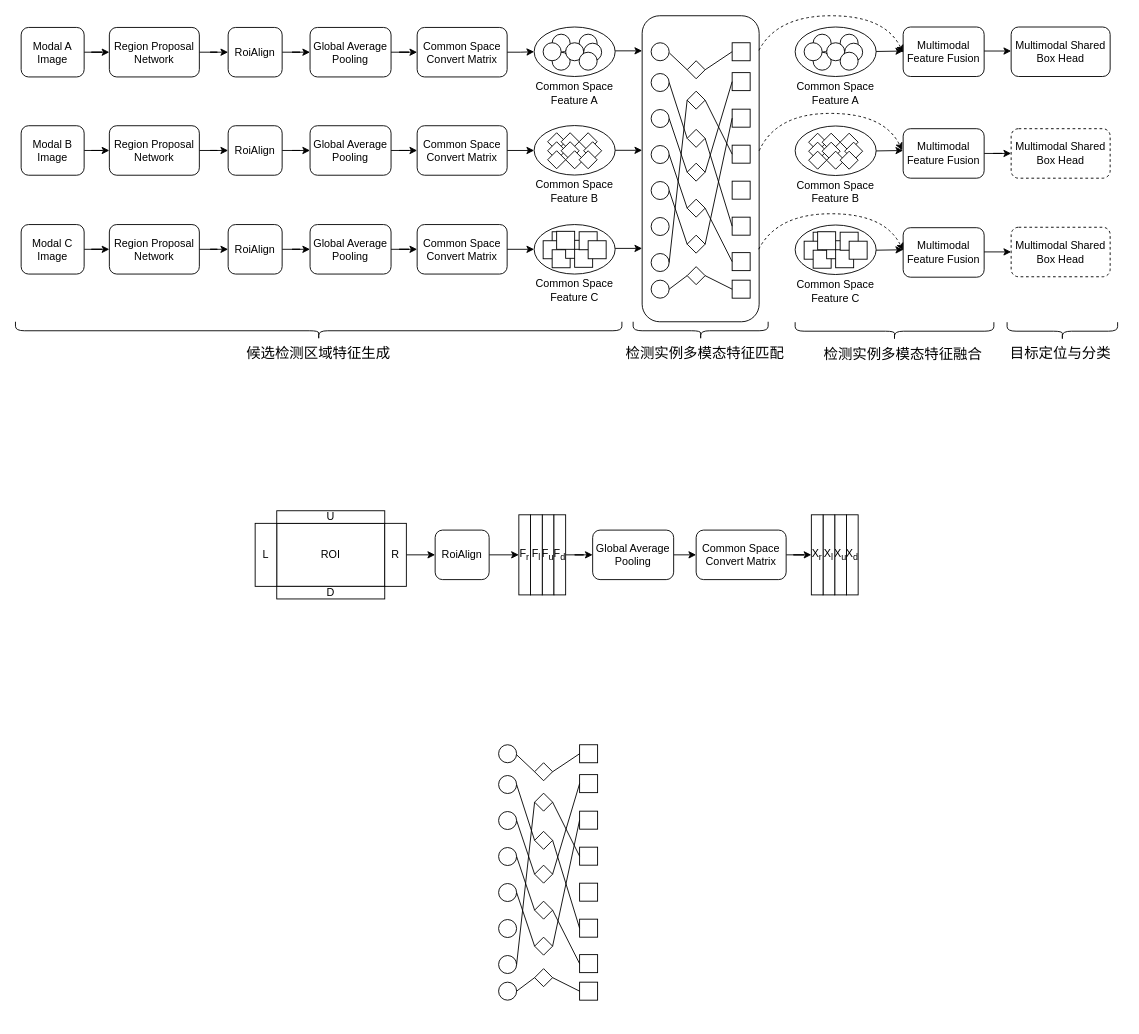
thb1314/for_draw_io keeps this draw.io diagram as 多视角多模态目标检测3模态案例.drawio. Above is the earlier version. Source tidied: cells renumbered, new cells numbered last; positions are measured from the earlier drawing's top-left corner, leaving out a move shared by most shapes. Both pictures are drawn from the tidied source at 90%, with x=0, y=0 at pixel (21, 15).
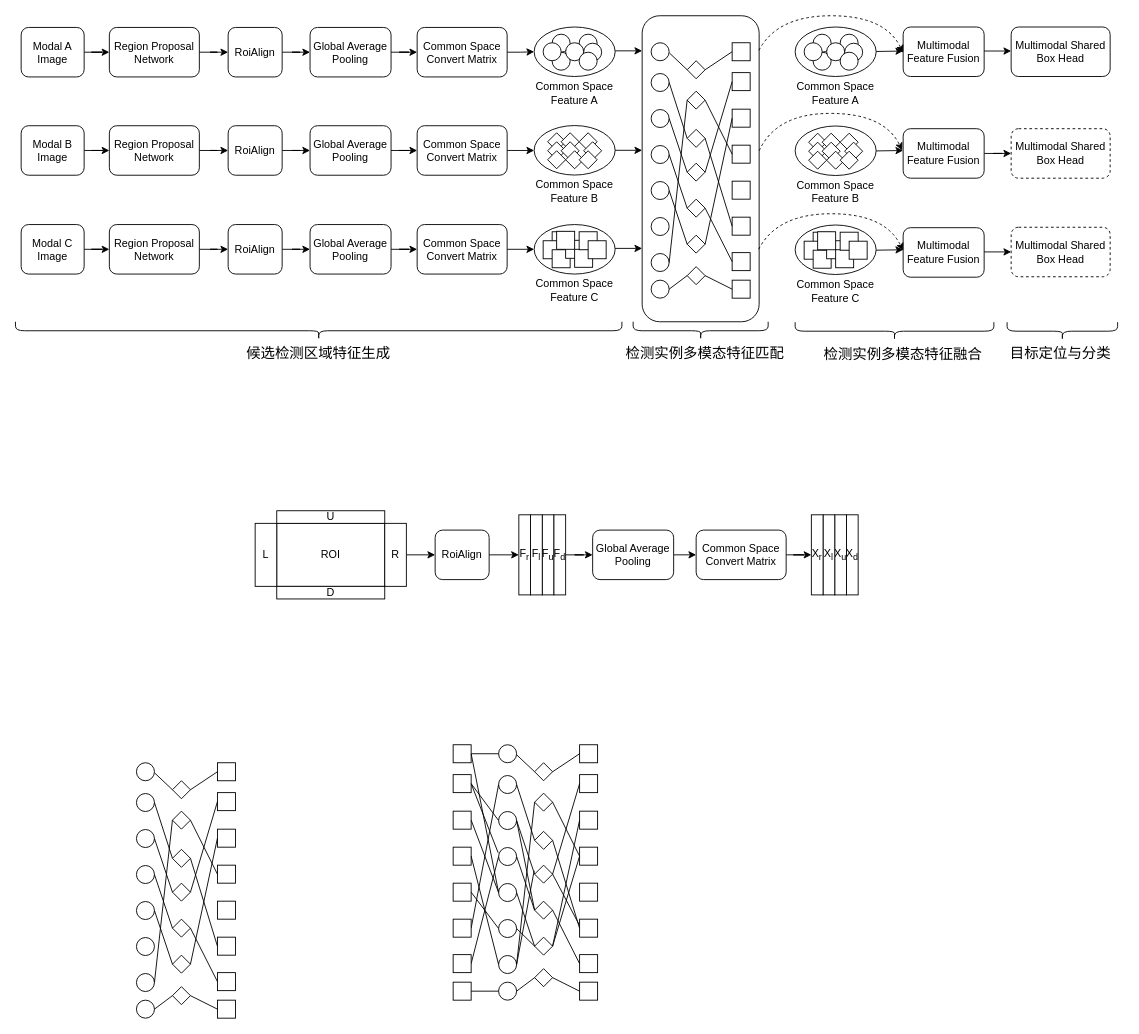
The same diagram, later.

Commit message (it also covers changes not shown here):
更新多视角多模态目标检测3模态案例.drawio

The change refers to these unchanged cells:
```xml
<mxCell id="177" style="ellipse;whiteSpace=wrap;html=1;" parent="1" vertex="1">
  <mxGeometry x="530.5" y="844.2" width="20" height="20" as="geometry" />
</mxCell>
<mxCell id="178" style="ellipse;whiteSpace=wrap;html=1;" parent="1" vertex="1">
  <mxGeometry x="530.5" y="884.2" width="20" height="20" as="geometry" />
</mxCell>
<mxCell id="179" style="ellipse;whiteSpace=wrap;html=1;" parent="1" vertex="1">
  <mxGeometry x="530.5" y="924.2" width="20" height="20" as="geometry" />
</mxCell>
<mxCell id="180" style="ellipse;whiteSpace=wrap;html=1;" parent="1" vertex="1">
  <mxGeometry x="530.5" y="964.2" width="20" height="20" as="geometry" />
</mxCell>
<mxCell id="181" style="ellipse;whiteSpace=wrap;html=1;" parent="1" vertex="1">
  <mxGeometry x="530.5" y="1004.2" width="20" height="20" as="geometry" />
</mxCell>
<mxCell id="182" style="ellipse;whiteSpace=wrap;html=1;" parent="1" vertex="1">
  <mxGeometry x="530.5" y="1044.2" width="20" height="20" as="geometry" />
</mxCell>
<mxCell id="185" style="rhombus;whiteSpace=wrap;html=1;" parent="1" vertex="1">
  <mxGeometry x="570.5" y="943.8" width="20" height="20" as="geometry" />
</mxCell>
<mxCell id="186" style="rhombus;whiteSpace=wrap;html=1;" parent="1" vertex="1">
  <mxGeometry x="570.5" y="983.8" width="20" height="20" as="geometry" />
</mxCell>
<mxCell id="187" style="rhombus;whiteSpace=wrap;html=1;" parent="1" vertex="1">
  <mxGeometry x="570.5" y="1023.8" width="20" height="20" as="geometry" />
</mxCell>
<mxCell id="190" style="whiteSpace=wrap;html=1;" parent="1" vertex="1">
  <mxGeometry x="620.5" y="923.8" width="20" height="20" as="geometry" />
</mxCell>
<mxCell id="208" style="ellipse;whiteSpace=wrap;html=1;" parent="1" vertex="1">
  <mxGeometry x="530.5" y="1073.8" width="20" height="20" as="geometry" />
</mxCell>
```

The edit, as a diff of the source:
```diff
@@
+    <mxCell id="214" style="endArrow=none;html=1;rounded=0;entryX=1;entryY=0.5;entryDx=0;entryDy=0;" parent="1" edge="1" target="185">
+      <mxGeometry relative="1" as="geometry">
+        <mxPoint x="620" y="1010" as="sourcePoint" />
+      </mxGeometry>
+    </mxCell>
+    <mxCell id="215" style="endArrow=none;html=1;rounded=0;entryX=1;entryY=0.5;entryDx=0;entryDy=0;exitX=0;exitY=0.5;exitDx=0;exitDy=0;" parent="1" edge="1" source="186" target="178">
+      <mxGeometry relative="1" as="geometry" />
+    </mxCell>
+    <mxCell id="216" style="endArrow=none;html=1;rounded=0;entryX=1;entryY=0.5;entryDx=0;entryDy=0;exitX=0;exitY=0.5;exitDx=0;exitDy=0;" parent="1" edge="1" source="190" target="187">
+      <mxGeometry relative="1" as="geometry" />
+    </mxCell>
+    <mxCell id="217" style="endArrow=none;html=1;rounded=0;entryX=1;entryY=0.5;entryDx=0;entryDy=0;exitX=0;exitY=0.5;exitDx=0;exitDy=0;" parent="1" edge="1" source="187" target="181">
+      <mxGeometry relative="1" as="geometry" />
+    </mxCell>
+    <mxCell id="218" style="endArrow=none;html=1;rounded=0;entryX=1;entryY=0.5;entryDx=0;entryDy=0;" parent="1" edge="1" target="182">
+      <mxGeometry relative="1" as="geometry">
+        <mxPoint x="570" y="950" as="sourcePoint" />
+      </mxGeometry>
+    </mxCell>
+    <mxCell id="219" style="endArrow=none;html=1;rounded=0;exitX=1;exitY=0.5;exitDx=0;exitDy=0;" parent="1" edge="1" source="229">
+      <mxGeometry relative="1" as="geometry">
+        <mxPoint x="530.5" y="820" as="targetPoint" />
+      </mxGeometry>
+    </mxCell>
+    <mxCell id="220" style="endArrow=none;html=1;rounded=0;exitX=1;exitY=0.5;exitDx=0;exitDy=0;entryX=0;entryY=0.5;entryDx=0;entryDy=0;" parent="1" edge="1" source="227" target="177">
+      <mxGeometry relative="1" as="geometry" />
+    </mxCell>
+    <mxCell id="221" style="endArrow=none;html=1;rounded=0;entryX=0;entryY=0.5;entryDx=0;entryDy=0;exitX=1;exitY=0.5;exitDx=0;exitDy=0;" parent="1" edge="1" source="223" target="178">
+      <mxGeometry relative="1" as="geometry" />
+    </mxCell>
+    <mxCell id="222" style="endArrow=none;html=1;rounded=0;entryX=0;entryY=0.5;entryDx=0;entryDy=0;exitX=1;exitY=0.5;exitDx=0;exitDy=0;" parent="1" edge="1" source="228" target="179">
+      <mxGeometry relative="1" as="geometry" />
+    </mxCell>
+    <mxCell id="223" style="whiteSpace=wrap;html=1;" parent="1" vertex="1">
+      <mxGeometry x="480" y="843.2" width="20" height="20" as="geometry" />
+    </mxCell>
+    <mxCell id="224" style="whiteSpace=wrap;html=1;" parent="1" vertex="1">
+      <mxGeometry x="480" y="883.8" width="20" height="20" as="geometry" />
+    </mxCell>
+    <mxCell id="225" style="whiteSpace=wrap;html=1;" parent="1" vertex="1">
+      <mxGeometry x="480" y="923.8" width="20" height="20" as="geometry" />
+    </mxCell>
+    <mxCell id="226" style="whiteSpace=wrap;html=1;" parent="1" vertex="1">
+      <mxGeometry x="480" y="963.8" width="20" height="20" as="geometry" />
+    </mxCell>
+    <mxCell id="227" style="whiteSpace=wrap;html=1;" parent="1" vertex="1">
+      <mxGeometry x="480" y="1003.8" width="20" height="20" as="geometry" />
+    </mxCell>
+    <mxCell id="228" style="whiteSpace=wrap;html=1;" parent="1" vertex="1">
+      <mxGeometry x="480" y="1043.2" width="20" height="20" as="geometry" />
+    </mxCell>
+    <mxCell id="229" style="whiteSpace=wrap;html=1;" parent="1" vertex="1">
+      <mxGeometry x="480" y="810" width="20" height="20" as="geometry" />
+    </mxCell>
+    <mxCell id="230" style="whiteSpace=wrap;html=1;" parent="1" vertex="1">
+      <mxGeometry x="480" y="1073.8" width="20" height="20" as="geometry" />
+    </mxCell>
+    <mxCell id="231" style="ellipse;whiteSpace=wrap;html=1;" parent="1" vertex="1">
+      <mxGeometry x="128.1" y="864.2" width="20" height="20" as="geometry" />
+    </mxCell>
+    <mxCell id="232" style="ellipse;whiteSpace=wrap;html=1;" parent="1" vertex="1">
+      <mxGeometry x="128.1" y="904.2" width="20" height="20" as="geometry" />
+    </mxCell>
+    <mxCell id="233" style="ellipse;whiteSpace=wrap;html=1;" parent="1" vertex="1">
+      <mxGeometry x="128.1" y="944.2" width="20" height="20" as="geometry" />
+    </mxCell>
+    <mxCell id="234" style="ellipse;whiteSpace=wrap;html=1;" parent="1" vertex="1">
+      <mxGeometry x="128.1" y="984.2" width="20" height="20" as="geometry" />
+    </mxCell>
+    <mxCell id="235" style="ellipse;whiteSpace=wrap;html=1;" parent="1" vertex="1">
+      <mxGeometry x="128.1" y="1024.2" width="20" height="20" as="geometry" />
+    </mxCell>
+    <mxCell id="236" style="ellipse;whiteSpace=wrap;html=1;" parent="1" vertex="1">
+      <mxGeometry x="128.1" y="1064.2" width="20" height="20" as="geometry" />
+    </mxCell>
+    <mxCell id="237" style="rhombus;whiteSpace=wrap;html=1;" parent="1" vertex="1">
+      <mxGeometry x="168.1" y="883.8" width="20" height="20" as="geometry" />
+    </mxCell>
+    <mxCell id="238" style="rhombus;whiteSpace=wrap;html=1;" parent="1" vertex="1">
+      <mxGeometry x="168.1" y="926.2" width="20" height="20" as="geometry" />
+    </mxCell>
+    <mxCell id="239" style="rhombus;whiteSpace=wrap;html=1;" parent="1" vertex="1">
+      <mxGeometry x="168.1" y="963.8" width="20" height="20" as="geometry" />
+    </mxCell>
+    <mxCell id="240" style="rhombus;whiteSpace=wrap;html=1;" parent="1" vertex="1">
+      <mxGeometry x="168.1" y="1003.8" width="20" height="20" as="geometry" />
+    </mxCell>
+    <mxCell id="241" style="rhombus;whiteSpace=wrap;html=1;" parent="1" vertex="1">
+      <mxGeometry x="168.1" y="1043.8" width="20" height="20" as="geometry" />
+    </mxCell>
+    <mxCell id="242" style="whiteSpace=wrap;html=1;" parent="1" vertex="1">
+      <mxGeometry x="218.1" y="863.2" width="20" height="20" as="geometry" />
+    </mxCell>
+    <mxCell id="243" style="whiteSpace=wrap;html=1;" parent="1" vertex="1">
+      <mxGeometry x="218.1" y="903.8" width="20" height="20" as="geometry" />
+    </mxCell>
+    <mxCell id="244" style="whiteSpace=wrap;html=1;" parent="1" vertex="1">
+      <mxGeometry x="218.1" y="943.8" width="20" height="20" as="geometry" />
+    </mxCell>
+    <mxCell id="245" style="whiteSpace=wrap;html=1;" parent="1" vertex="1">
+      <mxGeometry x="218.1" y="983.8" width="20" height="20" as="geometry" />
+    </mxCell>
+    <mxCell id="246" style="whiteSpace=wrap;html=1;" parent="1" vertex="1">
+      <mxGeometry x="218.1" y="1023.8" width="20" height="20" as="geometry" />
+    </mxCell>
+    <mxCell id="247" style="whiteSpace=wrap;html=1;" parent="1" vertex="1">
+      <mxGeometry x="218.1" y="1063.2" width="20" height="20" as="geometry" />
+    </mxCell>
+    <mxCell id="248" style="endArrow=none;html=1;rounded=0;exitX=1;exitY=0.5;exitDx=0;exitDy=0;entryX=0;entryY=0.5;entryDx=0;entryDy=0;" parent="1" edge="1" source="231" target="238">
+      <mxGeometry relative="1" as="geometry" />
+    </mxCell>
+    <mxCell id="249" style="endArrow=none;html=1;rounded=0;exitX=1;exitY=0.5;exitDx=0;exitDy=0;entryX=0;entryY=0.5;entryDx=0;entryDy=0;" parent="1" edge="1" source="232" target="239">
+      <mxGeometry relative="1" as="geometry" />
+    </mxCell>
+    <mxCell id="250" style="endArrow=none;html=1;rounded=0;exitX=1;exitY=0.5;exitDx=0;exitDy=0;entryX=0;entryY=0.5;entryDx=0;entryDy=0;" parent="1" edge="1" source="233" target="240">
+      <mxGeometry relative="1" as="geometry" />
+    </mxCell>
+    <mxCell id="251" style="endArrow=none;html=1;rounded=0;exitX=1;exitY=0.5;exitDx=0;exitDy=0;entryX=0;entryY=0.5;entryDx=0;entryDy=0;" parent="1" edge="1" source="236" target="237">
+      <mxGeometry relative="1" as="geometry" />
+    </mxCell>
+    <mxCell id="252" style="endArrow=none;html=1;rounded=0;exitX=1;exitY=0.5;exitDx=0;exitDy=0;entryX=0;entryY=0.5;entryDx=0;entryDy=0;" parent="1" edge="1" source="234" target="241">
+      <mxGeometry relative="1" as="geometry" />
+    </mxCell>
+    <mxCell id="253" style="endArrow=none;html=1;rounded=0;entryX=0;entryY=0.5;entryDx=0;entryDy=0;exitX=1;exitY=0.5;exitDx=0;exitDy=0;" parent="1" edge="1" source="239" target="242">
+      <mxGeometry relative="1" as="geometry" />
+    </mxCell>
+    <mxCell id="254" style="endArrow=none;html=1;rounded=0;entryX=0;entryY=0.5;entryDx=0;entryDy=0;exitX=1;exitY=0.5;exitDx=0;exitDy=0;" parent="1" edge="1" source="241" target="243">
+      <mxGeometry relative="1" as="geometry" />
+    </mxCell>
+    <mxCell id="255" style="endArrow=none;html=1;rounded=0;entryX=0;entryY=0.5;entryDx=0;entryDy=0;exitX=1;exitY=0.5;exitDx=0;exitDy=0;" parent="1" edge="1" source="240" target="247">
+      <mxGeometry relative="1" as="geometry" />
+    </mxCell>
+    <mxCell id="256" style="endArrow=none;html=1;rounded=0;exitX=1;exitY=0.5;exitDx=0;exitDy=0;entryX=0;entryY=0.5;entryDx=0;entryDy=0;" parent="1" edge="1" source="237" target="244">
+      <mxGeometry relative="1" as="geometry" />
+    </mxCell>
+    <mxCell id="257" style="endArrow=none;html=1;rounded=0;exitX=1;exitY=0.5;exitDx=0;exitDy=0;entryX=0;entryY=0.5;entryDx=0;entryDy=0;" parent="1" edge="1" target="246">
+      <mxGeometry relative="1" as="geometry">
+        <mxPoint x="188.1" y="936.2" as="sourcePoint" />
+      </mxGeometry>
+    </mxCell>
+    <mxCell id="258" style="rhombus;whiteSpace=wrap;html=1;" parent="1" vertex="1">
+      <mxGeometry x="168.1" y="850" width="20" height="20" as="geometry" />
+    </mxCell>
+    <mxCell id="259" style="rhombus;whiteSpace=wrap;html=1;" parent="1" vertex="1">
+      <mxGeometry x="168.1" y="1078.8" width="20" height="20" as="geometry" />
+    </mxCell>
+    <mxCell id="260" style="ellipse;whiteSpace=wrap;html=1;" parent="1" vertex="1">
+      <mxGeometry x="128.1" y="830" width="20" height="20" as="geometry" />
+    </mxCell>
+    <mxCell id="261" style="whiteSpace=wrap;html=1;" parent="1" vertex="1">
+      <mxGeometry x="218.1" y="830" width="20" height="20" as="geometry" />
+    </mxCell>
+    <mxCell id="262" style="ellipse;whiteSpace=wrap;html=1;" parent="1" vertex="1">
+      <mxGeometry x="128.1" y="1093.8" width="20" height="20" as="geometry" />
+    </mxCell>
+    <mxCell id="263" style="whiteSpace=wrap;html=1;" parent="1" vertex="1">
+      <mxGeometry x="218.1" y="1093.8" width="20" height="20" as="geometry" />
+    </mxCell>
+    <mxCell id="264" style="endArrow=none;html=1;rounded=0;exitX=1;exitY=0.5;exitDx=0;exitDy=0;entryX=0;entryY=0.5;entryDx=0;entryDy=0;" parent="1" edge="1" source="262" target="259">
+      <mxGeometry relative="1" as="geometry" />
+    </mxCell>
+    <mxCell id="265" style="endArrow=none;html=1;rounded=0;exitX=1;exitY=0.5;exitDx=0;exitDy=0;entryX=0;entryY=0.5;entryDx=0;entryDy=0;" parent="1" edge="1" source="259" target="263">
+      <mxGeometry relative="1" as="geometry" />
+    </mxCell>
+    <mxCell id="266" style="endArrow=none;html=1;rounded=0;exitX=1.017;exitY=0.572;exitDx=0;exitDy=0;entryX=0;entryY=0.5;entryDx=0;entryDy=0;exitPerimeter=0;" parent="1" edge="1" source="260" target="258">
+      <mxGeometry relative="1" as="geometry" />
+    </mxCell>
+    <mxCell id="267" style="endArrow=none;html=1;rounded=0;exitX=1;exitY=0.5;exitDx=0;exitDy=0;entryX=0;entryY=0.5;entryDx=0;entryDy=0;" parent="1" edge="1" source="258" target="261">
+      <mxGeometry relative="1" as="geometry" />
+    </mxCell>
+    <mxCell id="268" style="endArrow=none;html=1;rounded=0;entryX=0;entryY=0.5;entryDx=0;entryDy=0;exitX=1;exitY=0.5;exitDx=0;exitDy=0;" parent="1" edge="1" source="224" target="180">
+      <mxGeometry relative="1" as="geometry" />
+    </mxCell>
+    <mxCell id="269" style="endArrow=none;html=1;rounded=0;entryX=0;entryY=0.5;entryDx=0;entryDy=0;exitX=1;exitY=0.5;exitDx=0;exitDy=0;" parent="1" edge="1" source="225" target="182">
+      <mxGeometry relative="1" as="geometry" />
+    </mxCell>
+    <mxCell id="270" style="endArrow=none;html=1;rounded=0;exitX=1;exitY=0.5;exitDx=0;exitDy=0;entryX=0;entryY=0.5;entryDx=0;entryDy=0;" parent="1" edge="1" source="230" target="208">
+      <mxGeometry relative="1" as="geometry" />
+    </mxCell>
+    <mxCell id="271" style="endArrow=none;html=1;rounded=0;exitX=1;exitY=0.5;exitDx=0;exitDy=0;" parent="1" edge="1" source="223">
+      <mxGeometry relative="1" as="geometry">
+        <mxPoint x="530" y="930" as="targetPoint" />
+      </mxGeometry>
+    </mxCell>
+    <mxCell id="272" style="endArrow=none;html=1;rounded=0;exitX=1;exitY=0.5;exitDx=0;exitDy=0;entryX=0;entryY=0.5;entryDx=0;entryDy=0;" parent="1" edge="1" source="229" target="180">
+      <mxGeometry relative="1" as="geometry" />
+    </mxCell>
+    <mxCell id="273" style="endArrow=none;html=1;rounded=0;exitX=1;exitY=0.5;exitDx=0;exitDy=0;entryX=0;entryY=0.5;entryDx=0;entryDy=0;" parent="1" edge="1" source="226" target="181">
+      <mxGeometry relative="1" as="geometry" />
+    </mxCell>
```
